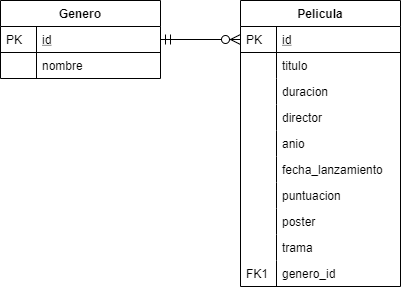
EstebanRaffo/QueVeoHoy keeps this draw.io diagram as docum/DER.png. Above is the earlier version. Source tidied: cells renumbered, new cells last; positions are measured from the earlier drawing's top-left corner, leaving out a move shared by most shapes. The source it was exported from:
```xml
<mxGraphModel>
  <root>
    <mxCell id="0" />
    <mxCell id="1" parent="0" />
    <mxCell id="2" value="Genero" style="swimlane;fontStyle=1;horizontal=1;startSize=26;rounded=0;shadow=0;strokeWidth=1;" parent="1" vertex="1">
      <mxGeometry width="160" height="78" as="geometry" />
    </mxCell>
    <mxCell id="3" value="id" style="shape=partialRectangle;top=0;left=0;right=0;bottom=1;align=left;verticalAlign=top;fillColor=none;spacingLeft=40;spacingRight=4;overflow=hidden;points=[[0,0.5],[1,0.5]];portConstraint=eastwest;rounded=0;shadow=0;strokeWidth=1;fontStyle=4;" parent="2" vertex="1">
      <mxGeometry y="26" width="160" height="26" as="geometry" />
    </mxCell>
    <mxCell id="4" value="PK" style="shape=partialRectangle;top=0;left=0;bottom=0;fillColor=none;align=left;verticalAlign=top;spacingLeft=4;spacingRight=4;overflow=hidden;" parent="3" vertex="1">
      <mxGeometry width="36" height="26" as="geometry" />
    </mxCell>
    <mxCell id="5" value="nombre" style="shape=partialRectangle;top=0;left=0;right=0;bottom=0;align=left;verticalAlign=top;fillColor=none;spacingLeft=40;spacingRight=4;overflow=hidden;rounded=0;shadow=0;strokeWidth=1;" parent="2" vertex="1">
      <mxGeometry y="52" width="160" height="26" as="geometry" />
    </mxCell>
    <mxCell id="6" style="shape=partialRectangle;top=0;left=0;bottom=0;fillColor=none;align=left;verticalAlign=top;spacingLeft=4;spacingRight=4;overflow=hidden;" parent="5" vertex="1">
      <mxGeometry width="36" height="26" as="geometry" />
    </mxCell>
    <mxCell id="7" value="Pelicula" style="swimlane;fontStyle=1;horizontal=1;startSize=26;rounded=0;shadow=0;strokeWidth=1;" parent="1" vertex="1">
      <mxGeometry x="240" width="160" height="286" as="geometry" />
    </mxCell>
    <mxCell id="8" value="id" style="shape=partialRectangle;top=0;left=0;right=0;bottom=1;align=left;verticalAlign=top;fillColor=none;spacingLeft=40;spacingRight=4;overflow=hidden;points=[[0,0.5],[1,0.5]];portConstraint=eastwest;rounded=0;shadow=0;strokeWidth=1;fontStyle=4;" parent="7" vertex="1">
      <mxGeometry y="26" width="160" height="26" as="geometry" />
    </mxCell>
    <mxCell id="9" value="PK" style="shape=partialRectangle;top=0;left=0;bottom=0;fillColor=none;align=left;verticalAlign=top;spacingLeft=4;spacingRight=4;overflow=hidden;" parent="8" vertex="1">
      <mxGeometry width="36" height="26" as="geometry" />
    </mxCell>
    <mxCell id="10" value="titulo" style="shape=partialRectangle;top=0;left=0;right=0;bottom=0;align=left;verticalAlign=top;fillColor=none;spacingLeft=40;spacingRight=4;overflow=hidden;rounded=0;shadow=0;strokeWidth=1;" parent="7" vertex="1">
      <mxGeometry y="52" width="160" height="26" as="geometry" />
    </mxCell>
    <mxCell id="11" style="shape=partialRectangle;top=0;left=0;bottom=0;fillColor=none;align=left;verticalAlign=top;spacingLeft=4;spacingRight=4;overflow=hidden;" parent="10" vertex="1">
      <mxGeometry width="36" height="26" as="geometry" />
    </mxCell>
    <mxCell id="12" value="duracion" style="shape=partialRectangle;top=0;left=0;right=0;bottom=0;align=left;verticalAlign=top;fillColor=none;spacingLeft=40;spacingRight=4;overflow=hidden;rounded=0;shadow=0;strokeWidth=1;" parent="7" vertex="1">
      <mxGeometry y="78" width="160" height="26" as="geometry" />
    </mxCell>
    <mxCell id="13" style="shape=partialRectangle;top=0;left=0;bottom=0;fillColor=none;align=left;verticalAlign=top;spacingLeft=4;spacingRight=4;overflow=hidden;" parent="12" vertex="1">
      <mxGeometry width="36" height="26" as="geometry" />
    </mxCell>
    <mxCell id="14" value="director" style="shape=partialRectangle;top=0;left=0;right=0;bottom=0;align=left;verticalAlign=top;fillColor=none;spacingLeft=40;spacingRight=4;overflow=hidden;rounded=0;shadow=0;strokeWidth=1;" parent="7" vertex="1">
      <mxGeometry y="104" width="160" height="26" as="geometry" />
    </mxCell>
    <mxCell id="15" style="shape=partialRectangle;top=0;left=0;bottom=0;fillColor=none;align=left;verticalAlign=top;spacingLeft=4;spacingRight=4;overflow=hidden;" parent="14" vertex="1">
      <mxGeometry width="36" height="26" as="geometry" />
    </mxCell>
    <mxCell id="16" value="anio" style="shape=partialRectangle;top=0;left=0;right=0;bottom=0;align=left;verticalAlign=top;fillColor=none;spacingLeft=40;spacingRight=4;overflow=hidden;rounded=0;shadow=0;strokeWidth=1;" parent="7" vertex="1">
      <mxGeometry y="130" width="160" height="26" as="geometry" />
    </mxCell>
    <mxCell id="17" style="shape=partialRectangle;top=0;left=0;bottom=0;fillColor=none;align=left;verticalAlign=top;spacingLeft=4;spacingRight=4;overflow=hidden;" parent="16" vertex="1">
      <mxGeometry width="36" height="26" as="geometry" />
    </mxCell>
    <mxCell id="18" value="fecha_lanzamiento" style="shape=partialRectangle;top=0;left=0;right=0;bottom=0;align=left;verticalAlign=top;fillColor=none;spacingLeft=40;spacingRight=4;overflow=hidden;rounded=0;shadow=0;strokeWidth=1;" parent="7" vertex="1">
      <mxGeometry y="156" width="160" height="26" as="geometry" />
    </mxCell>
    <mxCell id="19" style="shape=partialRectangle;top=0;left=0;bottom=0;fillColor=none;align=left;verticalAlign=top;spacingLeft=4;spacingRight=4;overflow=hidden;" parent="18" vertex="1">
      <mxGeometry width="36" height="26" as="geometry" />
    </mxCell>
    <mxCell id="20" value="puntuacion" style="shape=partialRectangle;top=0;left=0;right=0;bottom=0;align=left;verticalAlign=top;fillColor=none;spacingLeft=40;spacingRight=4;overflow=hidden;rounded=0;shadow=0;strokeWidth=1;" parent="7" vertex="1">
      <mxGeometry y="182" width="160" height="26" as="geometry" />
    </mxCell>
    <mxCell id="21" style="shape=partialRectangle;top=0;left=0;bottom=0;fillColor=none;align=left;verticalAlign=top;spacingLeft=4;spacingRight=4;overflow=hidden;" parent="20" vertex="1">
      <mxGeometry width="36" height="26" as="geometry" />
    </mxCell>
    <mxCell id="22" value="poster" style="shape=partialRectangle;top=0;left=0;right=0;bottom=0;align=left;verticalAlign=top;fillColor=none;spacingLeft=40;spacingRight=4;overflow=hidden;rounded=0;shadow=0;strokeWidth=1;" parent="7" vertex="1">
      <mxGeometry y="208" width="160" height="26" as="geometry" />
    </mxCell>
    <mxCell id="23" style="shape=partialRectangle;top=0;left=0;bottom=0;fillColor=none;align=left;verticalAlign=top;spacingLeft=4;spacingRight=4;overflow=hidden;" parent="22" vertex="1">
      <mxGeometry width="36" height="26" as="geometry" />
    </mxCell>
    <mxCell id="24" value="trama" style="shape=partialRectangle;top=0;left=0;right=0;bottom=0;align=left;verticalAlign=top;fillColor=none;spacingLeft=40;spacingRight=4;overflow=hidden;rounded=0;shadow=0;strokeWidth=1;" parent="7" vertex="1">
      <mxGeometry y="234" width="160" height="26" as="geometry" />
    </mxCell>
    <mxCell id="25" style="shape=partialRectangle;top=0;left=0;bottom=0;fillColor=none;align=left;verticalAlign=top;spacingLeft=4;spacingRight=4;overflow=hidden;" parent="24" vertex="1">
      <mxGeometry width="36" height="26" as="geometry" />
    </mxCell>
    <mxCell id="26" value="genero_id" style="shape=partialRectangle;top=0;left=0;right=0;bottom=0;align=left;verticalAlign=top;fillColor=none;spacingLeft=40;spacingRight=4;overflow=hidden;rounded=0;shadow=0;strokeWidth=1;" parent="7" vertex="1">
      <mxGeometry y="260" width="160" height="26" as="geometry" />
    </mxCell>
    <mxCell id="27" value="FK1" style="shape=partialRectangle;top=0;left=0;bottom=0;fillColor=none;align=left;verticalAlign=top;spacingLeft=4;spacingRight=4;overflow=hidden;" parent="26" vertex="1">
      <mxGeometry width="36" height="26" as="geometry" />
    </mxCell>
    <mxCell id="28" style="edgeStyle=orthogonalEdgeStyle;endArrow=ERzeroToMany;startArrow=ERmandOne;shadow=0;strokeWidth=1;endSize=8;startSize=8;" parent="1" edge="1" source="3" target="8">
      <mxGeometry relative="1" as="geometry" />
    </mxCell>
  </root>
</mxGraphModel>
```
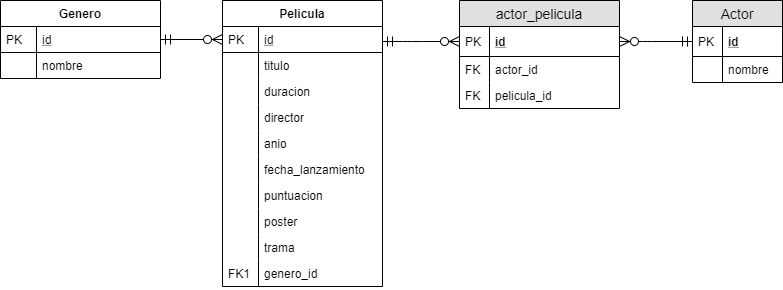
After the commit.

What changed in the source:
```diff
@@ -3,7 +3,7 @@
     <mxCell id="0" />
     <mxCell id="1" parent="0" />
     <mxCell id="2" value="Genero" style="swimlane;fontStyle=1;horizontal=1;startSize=26;rounded=0;shadow=0;strokeWidth=1;" parent="1" vertex="1">
-      <mxGeometry width="160" height="78" as="geometry" />
+      <mxGeometry x="-142" y="-80" width="160" height="78" as="geometry" />
     </mxCell>
     <mxCell id="3" value="id" style="shape=partialRectangle;top=0;left=0;right=0;bottom=1;align=left;verticalAlign=top;fillColor=none;spacingLeft=40;spacingRight=4;overflow=hidden;points=[[0,0.5],[1,0.5]];portConstraint=eastwest;rounded=0;shadow=0;strokeWidth=1;fontStyle=4;" parent="2" vertex="1">
       <mxGeometry y="26" width="160" height="26" as="geometry" />
@@ -18,7 +18,7 @@
       <mxGeometry width="36" height="26" as="geometry" />
     </mxCell>
     <mxCell id="7" value="Pelicula" style="swimlane;fontStyle=1;horizontal=1;startSize=26;rounded=0;shadow=0;strokeWidth=1;" parent="1" vertex="1">
-      <mxGeometry x="240" width="160" height="286" as="geometry" />
+      <mxGeometry x="80" y="-80" width="160" height="286" as="geometry" />
     </mxCell>
     <mxCell id="8" value="id" style="shape=partialRectangle;top=0;left=0;right=0;bottom=1;align=left;verticalAlign=top;fillColor=none;spacingLeft=40;spacingRight=4;overflow=hidden;points=[[0,0.5],[1,0.5]];portConstraint=eastwest;rounded=0;shadow=0;strokeWidth=1;fontStyle=4;" parent="7" vertex="1">
       <mxGeometry y="26" width="160" height="26" as="geometry" />
@@ -83,5 +83,58 @@
     <mxCell id="28" style="edgeStyle=orthogonalEdgeStyle;endArrow=ERzeroToMany;startArrow=ERmandOne;shadow=0;strokeWidth=1;endSize=8;startSize=8;" parent="1" edge="1" source="3" target="8">
       <mxGeometry relative="1" as="geometry" />
     </mxCell>
+    <mxCell id="29" value="Actor" style="swimlane;fontStyle=0;horizontal=1;startSize=26;fillColor=#e0e0e0;swimlaneFillColor=#ffffff;align=center;fontSize=14;" parent="1" vertex="1">
+      <mxGeometry x="550" y="-80" width="90" height="82" as="geometry" />
+    </mxCell>
+    <mxCell id="30" value="id" style="shape=partialRectangle;top=0;left=0;right=0;bottom=1;align=left;verticalAlign=middle;fillColor=none;spacingLeft=34;spacingRight=4;overflow=hidden;points=[[0,0.5],[1,0.5]];portConstraint=eastwest;fontStyle=5;fontSize=12;" parent="29" vertex="1">
+      <mxGeometry y="26" width="90" height="30" as="geometry" />
+    </mxCell>
+    <mxCell id="31" value="PK" style="shape=partialRectangle;top=0;left=0;bottom=0;fillColor=none;align=left;verticalAlign=middle;spacingLeft=4;spacingRight=4;overflow=hidden;fontSize=12;" parent="30" vertex="1">
+      <mxGeometry width="30" height="30" as="geometry" />
+    </mxCell>
+    <mxCell id="32" value="nombre" style="shape=partialRectangle;top=0;left=0;right=0;bottom=0;align=left;verticalAlign=top;fillColor=none;spacingLeft=34;spacingRight=4;overflow=hidden;fontSize=12;" parent="29" vertex="1">
+      <mxGeometry y="56" width="90" height="26" as="geometry" />
+    </mxCell>
+    <mxCell id="33" style="shape=partialRectangle;top=0;left=0;bottom=0;fillColor=none;align=left;verticalAlign=top;spacingLeft=4;spacingRight=4;overflow=hidden;fontSize=12;" parent="32" vertex="1">
+      <mxGeometry width="30" height="26" as="geometry" />
+    </mxCell>
+    <mxCell id="34" value="actor_pelicula" style="swimlane;fontStyle=0;horizontal=1;startSize=26;fillColor=#e0e0e0;swimlaneFillColor=#ffffff;align=center;fontSize=14;" parent="1" vertex="1">
+      <mxGeometry x="317" y="-80" width="160" height="108" as="geometry" />
+    </mxCell>
+    <mxCell id="35" value="id" style="shape=partialRectangle;top=0;left=0;right=0;bottom=1;align=left;verticalAlign=middle;fillColor=none;spacingLeft=34;spacingRight=4;overflow=hidden;points=[[0,0.5],[1,0.5]];portConstraint=eastwest;fontStyle=5;fontSize=12;" parent="34" vertex="1">
+      <mxGeometry y="26" width="160" height="30" as="geometry" />
+    </mxCell>
+    <mxCell id="36" value="PK" style="shape=partialRectangle;top=0;left=0;bottom=0;fillColor=none;align=left;verticalAlign=middle;spacingLeft=4;spacingRight=4;overflow=hidden;fontSize=12;" parent="35" vertex="1">
+      <mxGeometry width="30" height="30" as="geometry" />
+    </mxCell>
+    <mxCell id="37" value="actor_id" style="shape=partialRectangle;top=0;left=0;right=0;bottom=0;align=left;verticalAlign=top;fillColor=none;spacingLeft=34;spacingRight=4;overflow=hidden;fontSize=12;" parent="34" vertex="1">
+      <mxGeometry y="56" width="160" height="26" as="geometry" />
+    </mxCell>
+    <mxCell id="38" value="FK" style="shape=partialRectangle;top=0;left=0;bottom=0;fillColor=none;align=left;verticalAlign=top;spacingLeft=4;spacingRight=4;overflow=hidden;fontSize=12;" parent="37" vertex="1">
+      <mxGeometry width="30" height="26" as="geometry" />
+    </mxCell>
+    <mxCell id="39" value="pelicula_id" style="shape=partialRectangle;top=0;left=0;right=0;bottom=0;align=left;verticalAlign=top;fillColor=none;spacingLeft=34;spacingRight=4;overflow=hidden;fontSize=12;" parent="34" vertex="1">
+      <mxGeometry y="82" width="160" height="26" as="geometry" />
+    </mxCell>
+    <mxCell id="40" value="FK" style="shape=partialRectangle;top=0;left=0;bottom=0;fillColor=none;align=left;verticalAlign=top;spacingLeft=4;spacingRight=4;overflow=hidden;fontSize=12;" parent="39" vertex="1">
+      <mxGeometry width="30" height="26" as="geometry" />
+    </mxCell>
+    <mxCell id="41" style="edgeStyle=orthogonalEdgeStyle;endArrow=ERzeroToMany;startArrow=ERmandOne;shadow=0;strokeWidth=1;endSize=8;startSize=8;entryX=0;entryY=0.5;entryDx=0;entryDy=0;" parent="1" edge="1" target="35">
+      <mxGeometry relative="1" as="geometry">
+        <mxPoint x="240" y="-39" as="sourcePoint" />
+        <Array as="points">
+          <mxPoint x="270" y="-39" />
+          <mxPoint x="270" y="-39" />
+        </Array>
+      </mxGeometry>
+    </mxCell>
+    <mxCell id="42" style="edgeStyle=orthogonalEdgeStyle;endArrow=ERzeroToMany;startArrow=ERmandOne;shadow=0;strokeWidth=1;endSize=8;startSize=8;entryX=1;entryY=0.5;entryDx=0;entryDy=0;exitX=0;exitY=0.5;exitDx=0;exitDy=0;" parent="1" edge="1" source="30" target="35">
+      <mxGeometry relative="1" as="geometry">
+        <Array as="points">
+          <mxPoint x="500" y="-39" />
+          <mxPoint x="500" y="-39" />
+        </Array>
+      </mxGeometry>
+    </mxCell>
   </root>
 </mxGraphModel>
```
